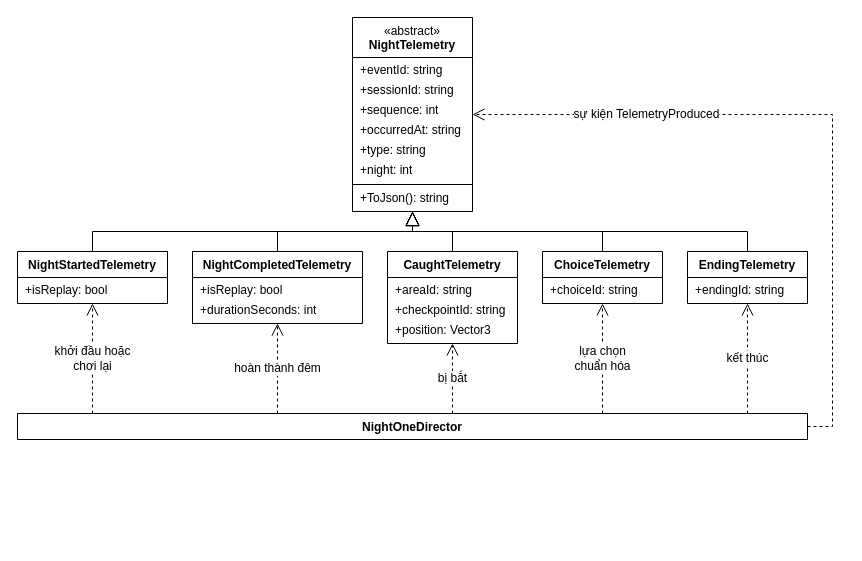
The draw.io diagram page "Sự kiện thống kê và ranh giới gửi mạng" (10 of 10) of docs/thiet-ke/lop-game/luoc-do-lop-game.drawio in qivarnq3g/3-gio-12, before the edit. Source tidied: cells renumbered, new cells numbered last; positions are measured from the earlier drawing's top-left corner, leaving out a move shared by most shapes. Both pictures are drawn from the tidied source at 100%, with x=0, y=0 at pixel (17, 17).
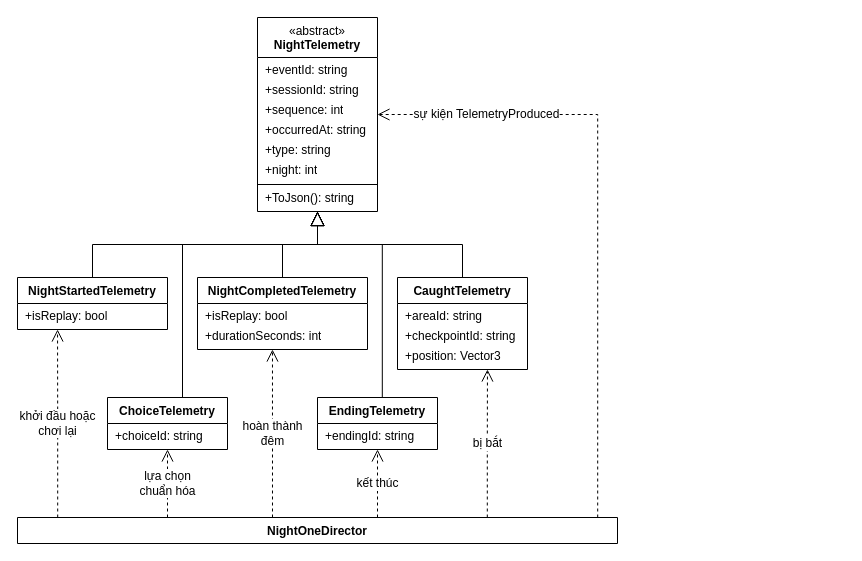
The same diagram, later.

Change to the diagram source:
```diff
@@
     <mxCell id="2" value="«abstract»&lt;br&gt;&lt;b&gt;NightTelemetry&lt;/b&gt;" style="swimlane;fontStyle=0;html=1;align=center;verticalAlign=top;horizontal=1;startSize=40;whiteSpace=wrap;fontFamily=Arial;fontSize=12;fillColor=#ffffff;swimlaneFillColor=#ffffff;" parent="1" vertex="1">
-      <mxGeometry x="335" width="120" height="194" as="geometry" />
+      <mxGeometry x="240" width="120" height="194" as="geometry" />
     </mxCell>
@@
     <mxCell id="11" value="&lt;b&gt;NightStartedTelemetry&lt;/b&gt;" style="swimlane;fontStyle=0;html=1;align=center;verticalAlign=top;horizontal=1;startSize=26;whiteSpace=wrap;fontFamily=Arial;fontSize=12;fillColor=#ffffff;swimlaneFillColor=#ffffff;" parent="1" vertex="1">
-      <mxGeometry y="234" width="150" height="52" as="geometry" />
+      <mxGeometry y="260" width="150" height="52" as="geometry" />
     </mxCell>
@@
     <mxCell id="13" value="&lt;b&gt;NightCompletedTelemetry&lt;/b&gt;" style="swimlane;fontStyle=0;html=1;align=center;verticalAlign=top;horizontal=1;startSize=26;whiteSpace=wrap;fontFamily=Arial;fontSize=12;fillColor=#ffffff;swimlaneFillColor=#ffffff;" parent="1" vertex="1">
-      <mxGeometry x="175" y="234" width="170" height="72" as="geometry" />
+      <mxGeometry x="180" y="260" width="170" height="72" as="geometry" />
     </mxCell>
@@
     <mxCell id="16" value="&lt;b&gt;CaughtTelemetry&lt;/b&gt;" style="swimlane;fontStyle=0;html=1;align=center;verticalAlign=top;horizontal=1;startSize=26;whiteSpace=wrap;fontFamily=Arial;fontSize=12;fillColor=#ffffff;swimlaneFillColor=#ffffff;" parent="1" vertex="1">
-      <mxGeometry x="370" y="234" width="130" height="92" as="geometry" />
+      <mxGeometry x="380" y="260" width="130" height="92" as="geometry" />
     </mxCell>
@@
     <mxCell id="20" value="&lt;b&gt;ChoiceTelemetry&lt;/b&gt;" style="swimlane;fontStyle=0;html=1;align=center;verticalAlign=top;horizontal=1;startSize=26;whiteSpace=wrap;fontFamily=Arial;fontSize=12;fillColor=#ffffff;swimlaneFillColor=#ffffff;" parent="1" vertex="1">
-      <mxGeometry x="525" y="234" width="120" height="52" as="geometry" />
+      <mxGeometry x="90" y="380" width="120" height="52" as="geometry" />
     </mxCell>
@@
     <mxCell id="22" value="&lt;b&gt;EndingTelemetry&lt;/b&gt;" style="swimlane;fontStyle=0;html=1;align=center;verticalAlign=top;horizontal=1;startSize=26;whiteSpace=wrap;fontFamily=Arial;fontSize=12;fillColor=#ffffff;swimlaneFillColor=#ffffff;" parent="1" vertex="1">
-      <mxGeometry x="670" y="234" width="120" height="52" as="geometry" />
+      <mxGeometry x="300" y="380" width="120" height="52" as="geometry" />
     </mxCell>
@@
     <mxCell id="24" value="&lt;b&gt;NightOneDirector&lt;/b&gt;" style="swimlane;fontStyle=0;html=1;align=center;verticalAlign=top;horizontal=1;startSize=26;whiteSpace=wrap;fontFamily=Arial;fontSize=12;fillColor=#ffffff;swimlaneFillColor=#ffffff;" parent="1" vertex="1">
-      <mxGeometry y="396" width="790" height="26" as="geometry" />
+      <mxGeometry y="500" width="600" height="26" as="geometry" />
     </mxCell>
-    <mxCell id="25" style="html=1;fontFamily=Arial;endArrow=block;endFill=0;endSize=12;edgeStyle=orthogonalEdgeStyle;rounded=0;fontSize=12;labelBackgroundColor=#ffffff;exitX=0.5;exitY=0;exitPerimeter=0;entryX=0.5;entryY=1;entryPerimeter=0;" parent="1" edge="1" source="11" target="2">
+    <mxCell id="25" style="html=1;fontFamily=Arial;endArrow=block;endFill=0;endSize=12;edgeStyle=orthogonalEdgeStyle;rounded=0;fontSize=12;labelBackgroundColor=#ffffff;exitX=0.5;exitY=0;entryX=0.5;entryY=1;" parent="1" edge="1" source="11" target="2">
       <mxGeometry relative="1" as="geometry" />
     </mxCell>
-    <mxCell id="26" style="html=1;fontFamily=Arial;endArrow=block;endFill=0;endSize=12;edgeStyle=orthogonalEdgeStyle;rounded=0;fontSize=12;labelBackgroundColor=#ffffff;exitX=0.5;exitY=0;exitPerimeter=0;entryX=0.5;entryY=1;entryPerimeter=0;" parent="1" edge="1" source="13" target="2">
+    <mxCell id="26" style="html=1;fontFamily=Arial;endArrow=block;endFill=0;endSize=12;edgeStyle=orthogonalEdgeStyle;rounded=0;fontSize=12;labelBackgroundColor=#ffffff;exitX=0.5;exitY=0;entryX=0.5;entryY=1;" parent="1" edge="1" source="13" target="2">
       <mxGeometry relative="1" as="geometry" />
     </mxCell>
-    <mxCell id="27" style="html=1;fontFamily=Arial;endArrow=block;endFill=0;endSize=12;edgeStyle=orthogonalEdgeStyle;rounded=0;fontSize=12;labelBackgroundColor=#ffffff;exitX=0.5;exitY=0;exitPerimeter=0;entryX=0.5;entryY=1;entryPerimeter=0;" parent="1" edge="1" source="16" target="2">
+    <mxCell id="27" style="html=1;fontFamily=Arial;endArrow=block;endFill=0;endSize=12;edgeStyle=orthogonalEdgeStyle;rounded=0;fontSize=12;labelBackgroundColor=#ffffff;exitX=0.5;exitY=0;entryX=0.5;entryY=1;" parent="1" edge="1" source="16" target="2">
       <mxGeometry relative="1" as="geometry" />
     </mxCell>
-    <mxCell id="28" style="html=1;fontFamily=Arial;endArrow=block;endFill=0;endSize=12;edgeStyle=orthogonalEdgeStyle;rounded=0;fontSize=12;labelBackgroundColor=#ffffff;exitX=0.5;exitY=0;exitPerimeter=0;entryX=0.5;entryY=1;entryPerimeter=0;" parent="1" edge="1" source="20" target="2">
-      <mxGeometry relative="1" as="geometry" />
+    <mxCell id="28" style="html=1;fontFamily=Arial;endArrow=block;endFill=0;endSize=12;edgeStyle=orthogonalEdgeStyle;rounded=0;fontSize=12;labelBackgroundColor=#ffffff;exitX=0.625;exitY=0;entryX=0.5;entryY=1;" parent="1" edge="1" source="20" target="2">
+      <mxGeometry relative="1" as="geometry">
+        <Array as="points">
+          <mxPoint x="165" y="227" />
+          <mxPoint x="300" y="227" />
+        </Array>
+      </mxGeometry>
     </mxCell>
-    <mxCell id="29" style="html=1;fontFamily=Arial;endArrow=block;endFill=0;endSize=12;edgeStyle=orthogonalEdgeStyle;rounded=0;fontSize=12;labelBackgroundColor=#ffffff;exitX=0.5;exitY=0;exitPerimeter=0;entryX=0.5;entryY=1;entryPerimeter=0;" parent="1" edge="1" source="22" target="2">
-      <mxGeometry relative="1" as="geometry" />
+    <mxCell id="29" style="html=1;fontFamily=Arial;endArrow=block;endFill=0;endSize=12;edgeStyle=orthogonalEdgeStyle;rounded=0;fontSize=12;labelBackgroundColor=#ffffff;exitX=0.54;exitY=0;entryX=0.5;entryY=1;" parent="1" edge="1" source="22" target="2">
+      <mxGeometry relative="1" as="geometry">
+        <Array as="points">
+          <mxPoint x="365" y="227" />
+          <mxPoint x="300" y="227" />
+        </Array>
+      </mxGeometry>
     </mxCell>
-    <mxCell id="30" value="sự kiện TelemetryProduced" style="html=1;fontFamily=Arial;endArrow=open;endFill=0;endSize=10;dashed=1;edgeStyle=orthogonalEdgeStyle;rounded=0;fontSize=12;labelBackgroundColor=#ffffff;exitX=1;exitY=0.5;exitPerimeter=0;entryX=1;entryY=0.5;entryPerimeter=0;" parent="1" edge="1" source="24" target="2">
-      <mxGeometry x="0.5" relative="1" as="geometry">
-        <Array as="points">
-          <mxPoint x="815" y="409" />
-          <mxPoint x="815" y="97" />
-        </Array>
-      </mxGeometry>
+    <mxCell id="30" value="sự kiện TelemetryProduced" style="html=1;fontFamily=Arial;endArrow=open;endFill=0;endSize=10;dashed=1;edgeStyle=orthogonalEdgeStyle;rounded=0;fontSize=12;labelBackgroundColor=#ffffff;exitX=0.967;exitY=0;entryX=1;entryY=0.5;" parent="1" edge="1" source="24" target="2">
+      <mxGeometry x="0.65" relative="1" as="geometry" />
     </mxCell>
-    <mxCell id="31" value="khởi đầu hoặc&lt;br&gt;chơi lại" style="html=1;fontFamily=Arial;endArrow=open;endFill=0;endSize=10;dashed=1;edgeStyle=orthogonalEdgeStyle;rounded=0;fontSize=12;labelBackgroundColor=#ffffff;exitY=0;exitX=0.0949;entryY=1;entryX=0.5;exitPerimeter=0;entryPerimeter=0;" parent="1" edge="1" source="24" target="11">
+    <mxCell id="31" value="khởi đầu hoặc&lt;br&gt;chơi lại" style="html=1;fontFamily=Arial;endArrow=open;endFill=0;endSize=10;dashed=1;edgeStyle=orthogonalEdgeStyle;rounded=0;fontSize=12;labelBackgroundColor=#ffffff;exitX=0.067;exitY=0;entryX=0.267;entryY=1;" parent="1" edge="1" source="24" target="11">
       <mxGeometry relative="1" as="geometry" />
     </mxCell>
-    <mxCell id="32" value="hoàn thành đêm" style="html=1;fontFamily=Arial;endArrow=open;endFill=0;endSize=10;dashed=1;edgeStyle=orthogonalEdgeStyle;rounded=0;fontSize=12;labelBackgroundColor=#ffffff;exitY=0;exitX=0.3291;entryY=1;entryX=0.5;exitPerimeter=0;entryPerimeter=0;" parent="1" edge="1" source="24" target="13">
+    <mxCell id="32" value="hoàn thành&lt;br&gt;đêm" style="html=1;fontFamily=Arial;endArrow=open;endFill=0;endSize=10;dashed=1;edgeStyle=orthogonalEdgeStyle;rounded=0;fontSize=12;labelBackgroundColor=#ffffff;exitX=0.425;exitY=0;entryX=0.441;entryY=1;" parent="1" edge="1" source="24" target="13">
       <mxGeometry relative="1" as="geometry" />
     </mxCell>
-    <mxCell id="33" value="bị bắt" style="html=1;fontFamily=Arial;endArrow=open;endFill=0;endSize=10;dashed=1;edgeStyle=orthogonalEdgeStyle;rounded=0;fontSize=12;labelBackgroundColor=#ffffff;exitY=0;exitX=0.5506;entryY=1;entryX=0.5;exitPerimeter=0;entryPerimeter=0;" parent="1" edge="1" source="24" target="16">
+    <mxCell id="33" value="bị bắt" style="html=1;fontFamily=Arial;endArrow=open;endFill=0;endSize=10;dashed=1;edgeStyle=orthogonalEdgeStyle;rounded=0;fontSize=12;labelBackgroundColor=#ffffff;exitX=0.783;exitY=0;entryX=0.692;entryY=1;" parent="1" edge="1" source="24" target="16">
       <mxGeometry relative="1" as="geometry" />
     </mxCell>
-    <mxCell id="34" value="lựa chọn&lt;br&gt;chuẩn hóa" style="html=1;fontFamily=Arial;endArrow=open;endFill=0;endSize=10;dashed=1;edgeStyle=orthogonalEdgeStyle;rounded=0;fontSize=12;labelBackgroundColor=#ffffff;exitY=0;exitX=0.7405;entryY=1;entryX=0.5;exitPerimeter=0;entryPerimeter=0;" parent="1" edge="1" source="24" target="20">
+    <mxCell id="34" value="lựa chọn&lt;br&gt;chuẩn hóa" style="html=1;fontFamily=Arial;endArrow=open;endFill=0;endSize=10;dashed=1;edgeStyle=orthogonalEdgeStyle;rounded=0;fontSize=12;labelBackgroundColor=#ffffff;exitX=0.25;exitY=0;entryX=0.5;entryY=1;" parent="1" edge="1" source="24" target="20">
       <mxGeometry relative="1" as="geometry" />
     </mxCell>
-    <mxCell id="35" value="kết thúc" style="html=1;fontFamily=Arial;endArrow=open;endFill=0;endSize=10;dashed=1;edgeStyle=orthogonalEdgeStyle;rounded=0;fontSize=12;labelBackgroundColor=#ffffff;exitY=0;exitX=0.9241;entryY=1;entryX=0.5;exitPerimeter=0;entryPerimeter=0;" parent="1" edge="1" source="24" target="22">
+    <mxCell id="35" value="kết thúc" style="html=1;fontFamily=Arial;endArrow=open;endFill=0;endSize=10;dashed=1;edgeStyle=orthogonalEdgeStyle;rounded=0;fontSize=12;labelBackgroundColor=#ffffff;exitX=0.6;exitY=0;entryX=0.5;entryY=1;" parent="1" edge="1" source="24" target="22">
       <mxGeometry relative="1" as="geometry" />
     </mxCell>
```
